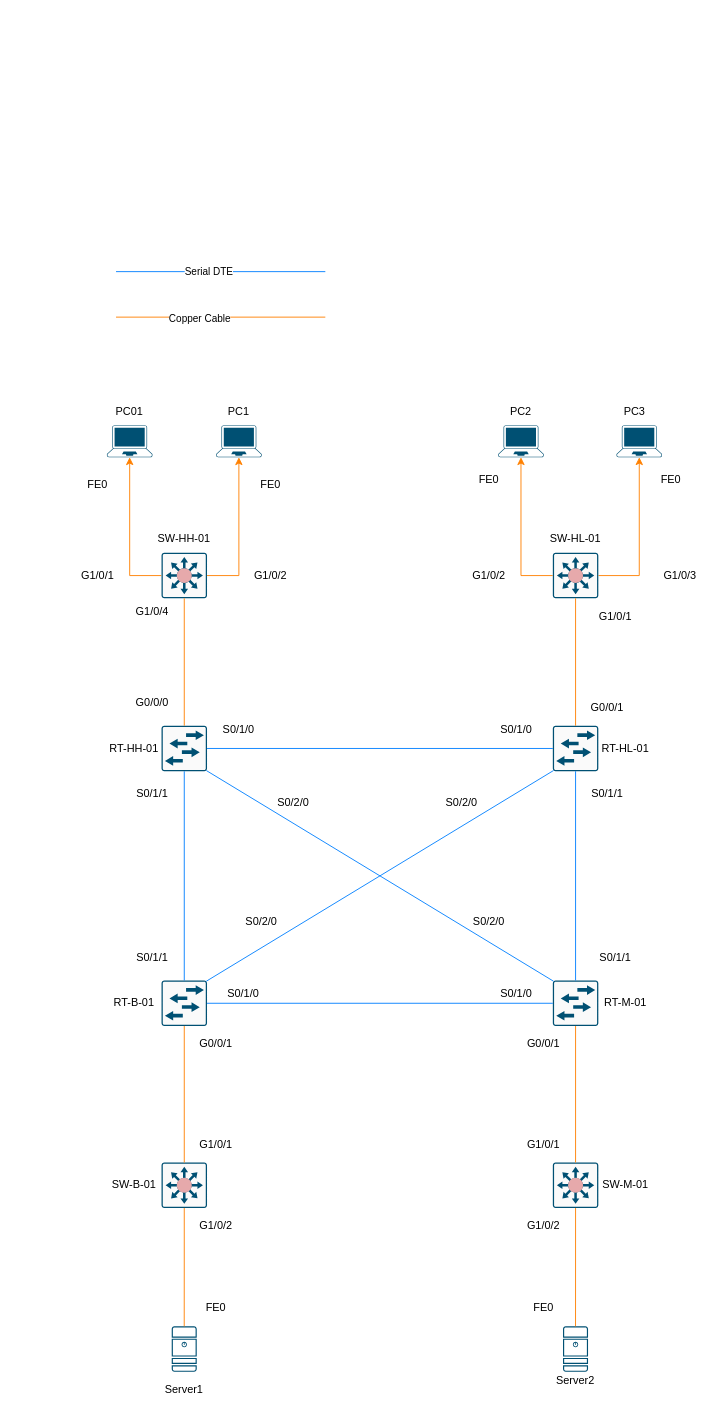
Above: Network plan.drawio in ScriptingDon/Providing-Networks-and-Services (draw.io), before the change. Source tidied: cells renumbered, new cells numbered last; positions are measured from the earlier drawing's top-left corner, leaving out a move shared by most shapes. Both pictures are drawn from the tidied source at 91%, with x=0, y=0 at pixel (70, 271).
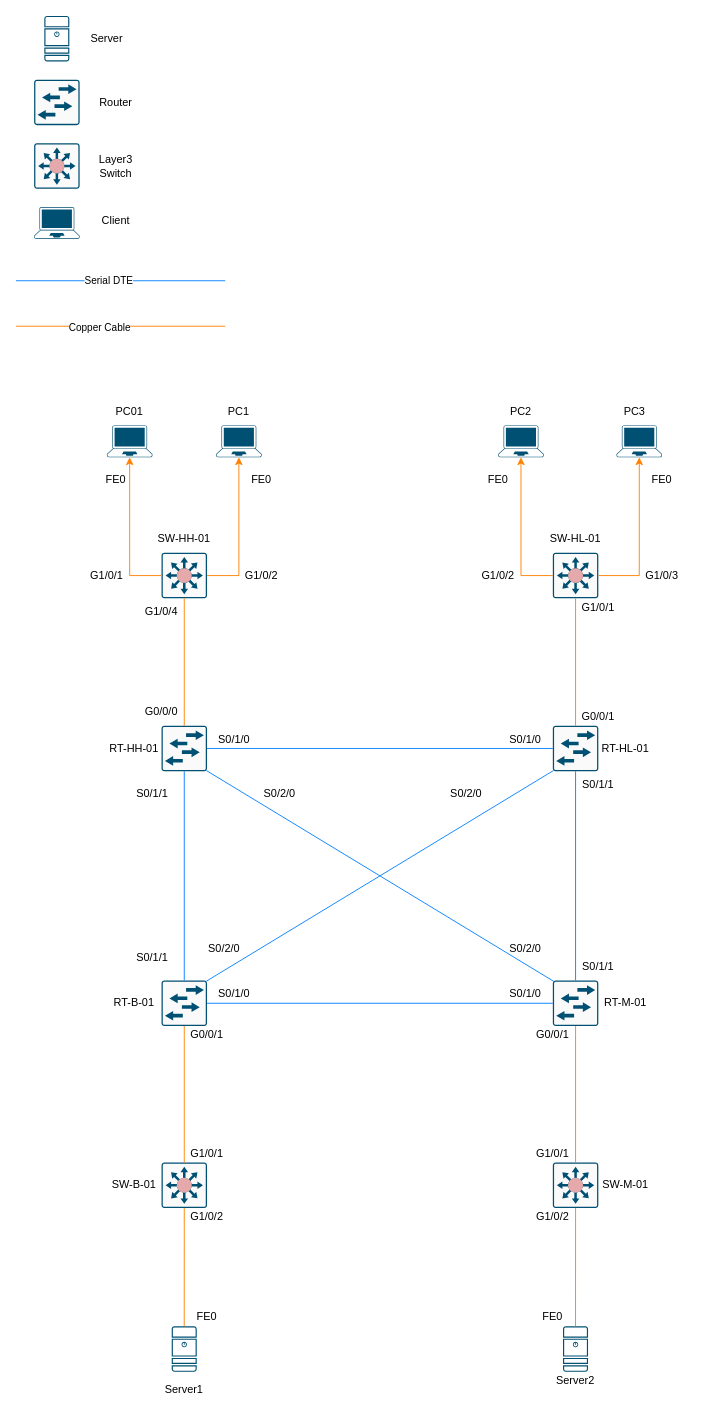
The same diagram, later.

The edit, as a diff of the source:
```diff
@@
     <mxCell id="32" style="endArrow=none;html=1;rounded=0;entryX=0;entryY=0.5;entryDx=0;entryDy=0;entryPerimeter=0;strokeColor=#007FFF;" parent="1" edge="1">
       <mxGeometry relative="1" as="geometry">
-        <mxPoint x="50" as="sourcePoint" />
-        <mxPoint x="280" as="targetPoint" />
+        <mxPoint x="-60" y="10" as="sourcePoint" />
+        <mxPoint x="170" y="10" as="targetPoint" />
       </mxGeometry>
     </mxCell>
@@
     <mxCell id="34" style="endArrow=none;html=1;rounded=0;strokeColor=#FF8000;" parent="1" edge="1">
       <mxGeometry relative="1" as="geometry">
-        <mxPoint x="280" y="50" as="sourcePoint" />
-        <mxPoint x="50" y="50" as="targetPoint" />
+        <mxPoint x="170" y="60" as="sourcePoint" />
+        <mxPoint x="-60" y="60" as="targetPoint" />
       </mxGeometry>
     </mxCell>
@@
     <mxCell id="48" value="FE0" style="text;html=1;strokeColor=none;fillColor=none;align=center;verticalAlign=middle;whiteSpace=wrap;rounded=0;" parent="1" vertex="1">
-      <mxGeometry y="219" width="60" height="30" as="geometry" />
+      <mxGeometry x="20" y="214" width="60" height="30" as="geometry" />
     </mxCell>
     <mxCell id="49" value="FE0" style="text;html=1;strokeColor=none;fillColor=none;align=center;verticalAlign=middle;whiteSpace=wrap;rounded=0;" parent="1" vertex="1">
-      <mxGeometry x="190" y="219" width="60" height="30" as="geometry" />
+      <mxGeometry x="180" y="214" width="60" height="30" as="geometry" />
     </mxCell>
     <mxCell id="50" value="G1/0/1" style="text;html=1;strokeColor=none;fillColor=none;align=center;verticalAlign=middle;whiteSpace=wrap;rounded=0;" parent="1" vertex="1">
-      <mxGeometry y="319" width="60" height="30" as="geometry" />
+      <mxGeometry x="10" y="319" width="60" height="30" as="geometry" />
     </mxCell>
     <mxCell id="51" value="G1/0/2" style="text;html=1;strokeColor=none;fillColor=none;align=center;verticalAlign=middle;whiteSpace=wrap;rounded=0;" parent="1" vertex="1">
-      <mxGeometry x="190" y="319" width="60" height="30" as="geometry" />
+      <mxGeometry x="180" y="319" width="60" height="30" as="geometry" />
     </mxCell>
     <mxCell id="52" value="G1/0/4" style="text;html=1;strokeColor=none;fillColor=none;align=center;verticalAlign=middle;whiteSpace=wrap;rounded=0;" parent="1" vertex="1">
-      <mxGeometry x="60" y="359" width="60" height="30" as="geometry" />
+      <mxGeometry x="70" y="359" width="60" height="30" as="geometry" />
     </mxCell>
     <mxCell id="53" value="G0/0/0" style="text;html=1;strokeColor=none;fillColor=none;align=center;verticalAlign=middle;whiteSpace=wrap;rounded=0;" parent="1" vertex="1">
-      <mxGeometry x="60" y="459" width="60" height="30" as="geometry" />
+      <mxGeometry x="70" y="469" width="60" height="30" as="geometry" />
     </mxCell>
     <mxCell id="54" value="S0/1/0" style="text;html=1;strokeColor=none;fillColor=none;align=center;verticalAlign=middle;whiteSpace=wrap;rounded=0;" parent="1" vertex="1">
-      <mxGeometry x="155" y="489" width="60" height="30" as="geometry" />
+      <mxGeometry x="150" y="499" width="60" height="30" as="geometry" />
     </mxCell>
     <mxCell id="55" value="S0/1/0" style="text;html=1;strokeColor=none;fillColor=none;align=center;verticalAlign=middle;whiteSpace=wrap;rounded=0;" parent="1" vertex="1">
-      <mxGeometry x="460" y="489" width="60" height="30" as="geometry" />
+      <mxGeometry x="470" y="499" width="60" height="30" as="geometry" />
     </mxCell>
@@
     <mxCell id="58" value="S0/2/0" style="text;html=1;strokeColor=none;fillColor=none;align=center;verticalAlign=middle;whiteSpace=wrap;rounded=0;" parent="1" vertex="1">
-      <mxGeometry x="215" y="569" width="60" height="30" as="geometry" />
+      <mxGeometry x="200" y="559" width="60" height="30" as="geometry" />
     </mxCell>
     <mxCell id="59" value="S0/2/0" style="text;html=1;strokeColor=none;fillColor=none;align=center;verticalAlign=middle;whiteSpace=wrap;rounded=0;" parent="1" vertex="1">
-      <mxGeometry x="430" y="699" width="60" height="30" as="geometry" />
+      <mxGeometry x="470" y="729" width="60" height="30" as="geometry" />
     </mxCell>
     <mxCell id="60" value="S0/1/1" style="text;html=1;strokeColor=none;fillColor=none;align=center;verticalAlign=middle;whiteSpace=wrap;rounded=0;" parent="1" vertex="1">
-      <mxGeometry x="560" y="559" width="60" height="30" as="geometry" />
+      <mxGeometry x="550" y="549" width="60" height="30" as="geometry" />
     </mxCell>
     <mxCell id="61" value="S0/1/1" style="text;html=1;strokeColor=none;fillColor=none;align=center;verticalAlign=middle;whiteSpace=wrap;rounded=0;" parent="1" vertex="1">
-      <mxGeometry x="568.8" y="739" width="60" height="30" as="geometry" />
+      <mxGeometry x="550" y="749" width="60" height="30" as="geometry" />
     </mxCell>
     <mxCell id="62" value="S0/1/0" style="text;html=1;strokeColor=none;fillColor=none;align=center;verticalAlign=middle;whiteSpace=wrap;rounded=0;" parent="1" vertex="1">
-      <mxGeometry x="460" y="779" width="60" height="30" as="geometry" />
+      <mxGeometry x="470" y="779" width="60" height="30" as="geometry" />
     </mxCell>
     <mxCell id="63" value="S0/1/0" style="text;html=1;strokeColor=none;fillColor=none;align=center;verticalAlign=middle;whiteSpace=wrap;rounded=0;" parent="1" vertex="1">
-      <mxGeometry x="160" y="779" width="60" height="30" as="geometry" />
+      <mxGeometry x="150" y="779" width="60" height="30" as="geometry" />
     </mxCell>
     <mxCell id="64" value="S0/2/0" style="text;html=1;strokeColor=none;fillColor=none;align=center;verticalAlign=middle;whiteSpace=wrap;rounded=0;" parent="1" vertex="1">
-      <mxGeometry x="400" y="569" width="60" height="30" as="geometry" />
+      <mxGeometry x="405" y="559" width="60" height="30" as="geometry" />
     </mxCell>
     <mxCell id="65" value="S0/2/0" style="text;html=1;strokeColor=none;fillColor=none;align=center;verticalAlign=middle;whiteSpace=wrap;rounded=0;" parent="1" vertex="1">
-      <mxGeometry x="180" y="699" width="60" height="30" as="geometry" />
+      <mxGeometry x="138.8" y="729" width="60" height="30" as="geometry" />
     </mxCell>
     <mxCell id="66" value="G0/0/1" style="text;html=1;strokeColor=none;fillColor=none;align=center;verticalAlign=middle;whiteSpace=wrap;rounded=0;" parent="1" vertex="1">
-      <mxGeometry x="560" y="469" width="60" height="20" as="geometry" />
+      <mxGeometry x="550" y="479" width="60" height="20" as="geometry" />
     </mxCell>
     <mxCell id="67" value="G1/0/1" style="text;html=1;strokeColor=none;fillColor=none;align=center;verticalAlign=middle;whiteSpace=wrap;rounded=0;" parent="1" vertex="1">
-      <mxGeometry x="568.8" y="369" width="60" height="20" as="geometry" />
+      <mxGeometry x="550" y="359" width="60" height="20" as="geometry" />
     </mxCell>
     <mxCell id="68" value="G1/0/2" style="text;html=1;strokeColor=none;fillColor=none;align=center;verticalAlign=middle;whiteSpace=wrap;rounded=0;" parent="1" vertex="1">
-      <mxGeometry x="430" y="324" width="60" height="20" as="geometry" />
+      <mxGeometry x="440" y="324" width="60" height="20" as="geometry" />
     </mxCell>
     <mxCell id="69" value="FE0" style="text;html=1;strokeColor=none;fillColor=none;align=center;verticalAlign=middle;whiteSpace=wrap;rounded=0;" parent="1" vertex="1">
-      <mxGeometry x="430" y="219" width="60" height="20" as="geometry" />
+      <mxGeometry x="440" y="219" width="60" height="20" as="geometry" />
     </mxCell>
     <mxCell id="70" value="FE0" style="text;html=1;strokeColor=none;fillColor=none;align=center;verticalAlign=middle;whiteSpace=wrap;rounded=0;" parent="1" vertex="1">
-      <mxGeometry x="630" y="219" width="60" height="20" as="geometry" />
+      <mxGeometry x="620" y="219" width="60" height="20" as="geometry" />
     </mxCell>
     <mxCell id="71" value="G1/0/3" style="text;html=1;strokeColor=none;fillColor=none;align=center;verticalAlign=middle;whiteSpace=wrap;rounded=0;" parent="1" vertex="1">
-      <mxGeometry x="640" y="324" width="60" height="20" as="geometry" />
+      <mxGeometry x="620" y="324" width="60" height="20" as="geometry" />
     </mxCell>
     <mxCell id="72" value="G0/0/1" style="text;html=1;strokeColor=none;fillColor=none;align=center;verticalAlign=middle;whiteSpace=wrap;rounded=0;" parent="1" vertex="1">
-      <mxGeometry x="490" y="839" width="60" height="20" as="geometry" />
+      <mxGeometry x="500" y="829" width="60" height="20" as="geometry" />
     </mxCell>
     <mxCell id="73" value="G1/0/1" style="text;html=1;strokeColor=none;fillColor=none;align=center;verticalAlign=middle;whiteSpace=wrap;rounded=0;" parent="1" vertex="1">
-      <mxGeometry x="490" y="949" width="60" height="20" as="geometry" />
+      <mxGeometry x="500" y="959" width="60" height="20" as="geometry" />
     </mxCell>
     <mxCell id="74" value="G1/0/2" style="text;html=1;strokeColor=none;fillColor=none;align=center;verticalAlign=middle;whiteSpace=wrap;rounded=0;" parent="1" vertex="1">
-      <mxGeometry x="490" y="1039" width="60" height="20" as="geometry" />
+      <mxGeometry x="500" y="1029" width="60" height="20" as="geometry" />
     </mxCell>
     <mxCell id="75" value="FE0" style="text;html=1;strokeColor=none;fillColor=none;align=center;verticalAlign=middle;whiteSpace=wrap;rounded=0;" parent="1" vertex="1">
-      <mxGeometry x="490" y="1129" width="60" height="20" as="geometry" />
+      <mxGeometry x="500" y="1139" width="60" height="20" as="geometry" />
     </mxCell>
     <mxCell id="76" value="FE0" style="text;html=1;strokeColor=none;fillColor=none;align=center;verticalAlign=middle;whiteSpace=wrap;rounded=0;" parent="1" vertex="1">
-      <mxGeometry x="130" y="1129" width="60" height="20" as="geometry" />
+      <mxGeometry x="120" y="1139" width="60" height="20" as="geometry" />
     </mxCell>
     <mxCell id="77" value="G0/0/1" style="text;html=1;strokeColor=none;fillColor=none;align=center;verticalAlign=middle;whiteSpace=wrap;rounded=0;" parent="1" vertex="1">
-      <mxGeometry x="130" y="839" width="60" height="20" as="geometry" />
+      <mxGeometry x="120" y="829" width="60" height="20" as="geometry" />
     </mxCell>
     <mxCell id="78" value="G1/0/1" style="text;html=1;strokeColor=none;fillColor=none;align=center;verticalAlign=middle;whiteSpace=wrap;rounded=0;" parent="1" vertex="1">
-      <mxGeometry x="130" y="949" width="60" height="20" as="geometry" />
+      <mxGeometry x="120" y="959" width="60" height="20" as="geometry" />
     </mxCell>
     <mxCell id="79" value="G1/0/2" style="text;html=1;strokeColor=none;fillColor=none;align=center;verticalAlign=middle;whiteSpace=wrap;rounded=0;" parent="1" vertex="1">
-      <mxGeometry x="130" y="1039" width="60" height="20" as="geometry" />
+      <mxGeometry x="120" y="1029" width="60" height="20" as="geometry" />
     </mxCell>
@@
+    <mxCell id="82" style="verticalLabelPosition=bottom;sketch=0;html=1;verticalAlign=top;align=center;shape=mxgraph.cisco19.laptop;fillColor=#005073;strokeColor=none;" parent="1" vertex="1">
+      <mxGeometry x="-40" y="-71" width="50" height="35" as="geometry" />
+    </mxCell>
+    <mxCell id="83" style="sketch=0;verticalLabelPosition=bottom;html=1;verticalAlign=top;align=center;shape=mxgraph.cisco19.rect;prIcon=secure_catalyst_switch_color2;fillColor=#FAFAFA;strokeColor=#005073;" parent="1" vertex="1">
+      <mxGeometry x="-40" y="-141" width="50" height="50" as="geometry" />
+    </mxCell>
+    <mxCell id="84" style="sketch=0;verticalLabelPosition=bottom;html=1;verticalAlign=top;align=center;shape=mxgraph.cisco19.rect;prIcon=l2_switch;fillColor=#FAFAFA;strokeColor=#005073;" parent="1" vertex="1">
+      <mxGeometry x="-40" y="-211" width="50" height="50" as="geometry" />
+    </mxCell>
+    <mxCell id="85" style="sketch=0;verticalLabelPosition=bottom;html=1;verticalAlign=top;align=center;shape=mxgraph.cisco19.server;fillColor=#005073;strokeColor=none;" parent="1" vertex="1">
+      <mxGeometry x="-28.8" y="-281" width="27.5" height="50" as="geometry" />
+    </mxCell>
+    <mxCell id="86" value="Server" style="text;html=1;strokeColor=none;fillColor=none;align=center;verticalAlign=middle;whiteSpace=wrap;rounded=0;" parent="1" vertex="1">
+      <mxGeometry x="10" y="-271" width="60" height="30" as="geometry" />
+    </mxCell>
+    <mxCell id="87" value="Router" style="text;html=1;strokeColor=none;fillColor=none;align=center;verticalAlign=middle;whiteSpace=wrap;rounded=0;" parent="1" vertex="1">
+      <mxGeometry x="20" y="-201" width="60" height="30" as="geometry" />
+    </mxCell>
+    <mxCell id="88" value="Layer3 Switch" style="text;html=1;strokeColor=none;fillColor=none;align=center;verticalAlign=middle;whiteSpace=wrap;rounded=0;" parent="1" vertex="1">
+      <mxGeometry x="20" y="-131" width="60" height="30" as="geometry" />
+    </mxCell>
+    <mxCell id="89" value="Client" style="text;html=1;strokeColor=none;fillColor=none;align=center;verticalAlign=middle;whiteSpace=wrap;rounded=0;" parent="1" vertex="1">
+      <mxGeometry x="20" y="-71" width="60" height="30" as="geometry" />
+    </mxCell>
```
